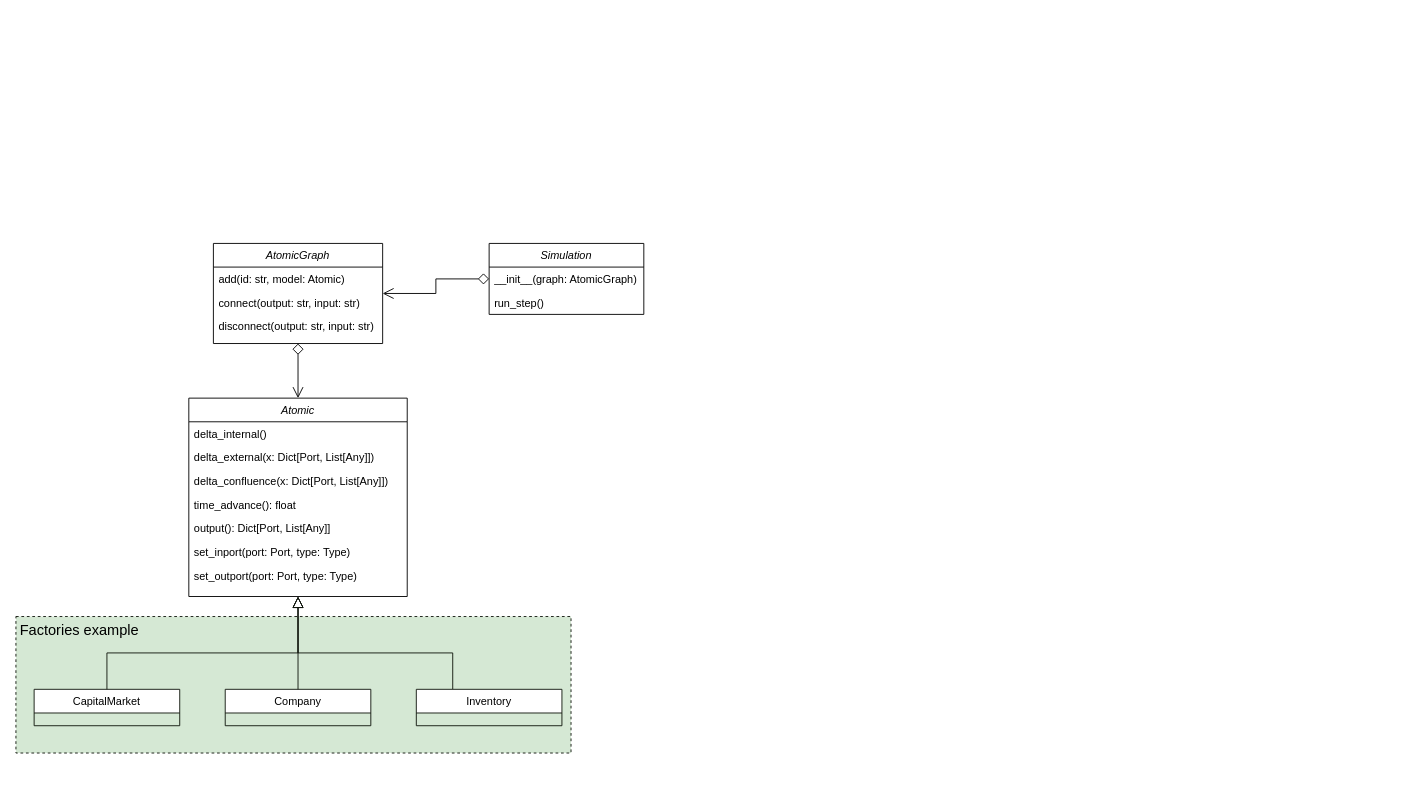
Earlier version of the draw.io diagram design/class diagrams/class diagram.drawio (EmmanuelMess/Multistep-DEVS-Simulator). Source tidied: cells renumbered, new cells numbered last; positions are measured from the earlier drawing's top-left corner, leaving out a move shared by most shapes. Both pictures are drawn from the tidied source at 91%, with x=0, y=0 at pixel (15, 243).
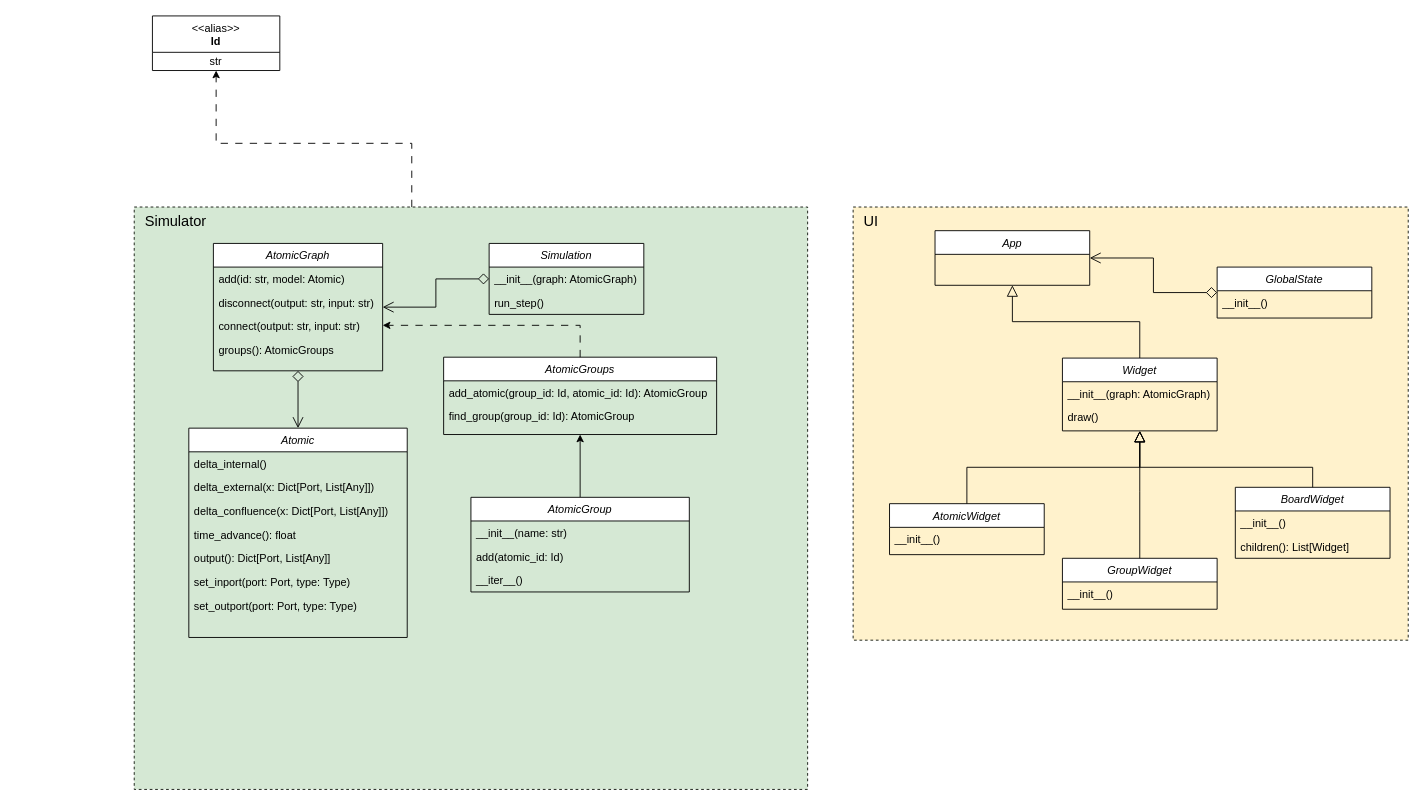
The same page after the edit.

The edit, as a diff of the source:
```diff
@@
+    <mxCell id="27" style="edgeStyle=orthogonalEdgeStyle;rounded=0;jettySize=auto;html=1;dashed=1;dashPattern=8 8;" parent="1" edge="1" source="2" target="54">
+      <mxGeometry relative="1" as="geometry">
+        <Array as="points">
+          <mxPoint x="435" y="-110" />
+          <mxPoint x="220" y="-110" />
+        </Array>
+      </mxGeometry>
+    </mxCell>
     <mxCell id="2" style="rounded=0;whiteSpace=wrap;html=1;fillColor=#d5e8d4;dashed=1;strokeColor=#0F140C;" parent="1" vertex="1">
-      <mxGeometry y="410" width="610" height="150" as="geometry" />
+      <mxGeometry x="130" y="-40" width="740" height="640" as="geometry" />
     </mxCell>
     <mxCell id="3" value="Atomic" style="swimlane;fontStyle=2;align=center;verticalAlign=top;horizontal=1;startSize=26;rounded=0;shadow=0;strokeWidth=1;" parent="1" vertex="1">
-      <mxGeometry x="190" y="170" width="240" height="218" as="geometry" />
+      <mxGeometry x="190" y="203" width="240" height="230" as="geometry" />
     </mxCell>
@@
-    <mxCell id="11" value="CapitalMarket" style="swimlane;fontStyle=0;align=center;verticalAlign=top;horizontal=1;startSize=26;rounded=0;shadow=0;strokeWidth=1;strokeColor=#0F140C;" parent="1" vertex="1">
-      <mxGeometry x="20" y="490" width="160" height="40" as="geometry" />
-    </mxCell>
-    <mxCell id="12" style="endArrow=block;endSize=10;endFill=0;shadow=0;strokeWidth=1;rounded=0;curved=0;edgeStyle=elbowEdgeStyle;elbow=vertical;strokeColor=#0F140C;" parent="1" edge="1" source="11" target="3">
-      <mxGeometry relative="1" as="geometry">
-        <Array as="points">
-          <mxPoint x="310" y="450" />
-        </Array>
-      </mxGeometry>
-    </mxCell>
-    <mxCell id="13" value="Company" style="swimlane;fontStyle=0;align=center;verticalAlign=top;horizontal=1;startSize=26;rounded=0;shadow=0;strokeWidth=1;strokeColor=#0F140C;" parent="1" vertex="1">
-      <mxGeometry x="230" y="490" width="160" height="40" as="geometry" />
-    </mxCell>
-    <mxCell id="14" style="endArrow=block;endSize=10;endFill=0;shadow=0;strokeWidth=1;rounded=0;curved=0;edgeStyle=elbowEdgeStyle;elbow=vertical;strokeColor=#0F140C;" parent="1" edge="1" source="13" target="3">
-      <mxGeometry relative="1" as="geometry" />
-    </mxCell>
-    <mxCell id="15" style="edgeStyle=orthogonalEdgeStyle;rounded=0;jettySize=auto;html=1;entryX=0.5;entryY=1;entryDx=0;entryDy=0;endArrow=block;endFill=0;endSize=10;strokeColor=#0F140C;" parent="1" edge="1" source="16" target="3">
-      <mxGeometry relative="1" as="geometry">
-        <Array as="points">
-          <mxPoint x="480" y="450" />
-          <mxPoint x="310" y="450" />
-        </Array>
-      </mxGeometry>
-    </mxCell>
-    <mxCell id="16" value="Inventory" style="swimlane;fontStyle=0;align=center;verticalAlign=top;horizontal=1;startSize=26;rounded=0;shadow=0;strokeWidth=1;strokeColor=#0F140C;" parent="1" vertex="1">
-      <mxGeometry x="440" y="490" width="160" height="40" as="geometry" />
-    </mxCell>
@@
-    <mxCell id="21" style="edgeStyle=orthogonalEdgeStyle;rounded=0;jettySize=auto;html=1;startArrow=diamond;startFill=0;endSize=10;startSize=10;endArrow=open;endFill=0;entryX=0.5;entryY=0;entryDx=0;entryDy=0;exitX=0.5;exitY=1;exitDx=0;exitDy=0;" parent="1" edge="1" source="22" target="3">
-      <mxGeometry relative="1" as="geometry">
-        <Array as="points">
-          <mxPoint x="310" y="110" />
-        </Array>
-      </mxGeometry>
+    <mxCell id="21" style="edgeStyle=orthogonalEdgeStyle;rounded=0;jettySize=auto;html=1;startArrow=diamond;startFill=0;endSize=10;startSize=10;endArrow=open;endFill=0;entryX=0.5;entryY=0;entryDx=0;entryDy=0;" parent="1" edge="1" source="22" target="3">
+      <mxGeometry relative="1" as="geometry" />
     </mxCell>
     <mxCell id="22" value="AtomicGraph" style="swimlane;fontStyle=2;align=center;verticalAlign=top;horizontal=1;startSize=26;rounded=0;shadow=0;strokeWidth=1;" parent="1" vertex="1">
-      <mxGeometry x="217" width="186" height="110" as="geometry" />
+      <mxGeometry x="217" width="186" height="140" as="geometry" />
     </mxCell>
@@
+    <mxCell id="28" value="disconnect(output: str, input: str)" style="text;align=left;verticalAlign=top;spacingLeft=4;spacingRight=4;overflow=hidden;" parent="22" vertex="1">
+      <mxGeometry y="52" width="186" height="26" as="geometry" />
+    </mxCell>
     <mxCell id="24" value="connect(output: str, input: str)" style="text;align=left;verticalAlign=top;spacingLeft=4;spacingRight=4;overflow=hidden;" parent="22" vertex="1">
-      <mxGeometry y="52" width="186" height="26" as="geometry" />
+      <mxGeometry y="78" width="186" height="26" as="geometry" />
     </mxCell>
-    <mxCell id="25" value="disconnect(output: str, input: str)" style="text;align=left;verticalAlign=top;spacingLeft=4;spacingRight=4;overflow=hidden;" parent="22" vertex="1">
-      <mxGeometry y="78" width="186" height="26" as="geometry" />
+    <mxCell id="25" value="groups(): AtomicGroups" style="text;align=left;verticalAlign=top;spacingLeft=4;spacingRight=4;overflow=hidden;" parent="22" vertex="1">
+      <mxGeometry y="104" width="186" height="26" as="geometry" />
     </mxCell>
-    <mxCell id="26" value="&lt;font style=&quot;font-size: 16px;&quot;&gt;Factories example&lt;/font&gt;" style="text;html=1;align=center;verticalAlign=middle;whiteSpace=wrap;rounded=0;strokeColor=none;" parent="1" vertex="1">
-      <mxGeometry y="410" width="140" height="30" as="geometry" />
+    <mxCell id="26" value="&lt;span style=&quot;font-size: 16px;&quot;&gt;Simulator&lt;/span&gt;" style="text;html=1;align=left;verticalAlign=middle;whiteSpace=wrap;rounded=0;strokeColor=none;" parent="1" vertex="1">
+      <mxGeometry x="140" y="-40" width="140" height="30" as="geometry" />
     </mxCell>
+    <mxCell id="29" style="rounded=0;whiteSpace=wrap;html=1;fillColor=#fff2cc;dashed=1;strokeColor=#0F140C;" parent="1" vertex="1">
+      <mxGeometry x="920" y="-40" width="610" height="476" as="geometry" />
+    </mxCell>
+    <mxCell id="30" value="App" style="swimlane;fontStyle=2;align=center;verticalAlign=top;horizontal=1;startSize=26;rounded=0;shadow=0;strokeWidth=1;" parent="1" vertex="1">
+      <mxGeometry x="1010" y="-14" width="170" height="60" as="geometry" />
+    </mxCell>
+    <mxCell id="31" value="&lt;font style=&quot;font-size: 16px;&quot;&gt;UI&lt;/font&gt;" style="text;html=1;align=left;verticalAlign=middle;whiteSpace=wrap;rounded=0;strokeColor=none;" parent="1" vertex="1">
+      <mxGeometry x="930" y="-40" width="140" height="30" as="geometry" />
+    </mxCell>
+    <mxCell id="32" style="edgeStyle=orthogonalEdgeStyle;rounded=0;jettySize=auto;html=1;endArrow=block;endFill=0;endSize=10;startSize=10;" parent="1" edge="1" source="33" target="30">
+      <mxGeometry relative="1" as="geometry" />
+    </mxCell>
+    <mxCell id="33" value="Widget" style="swimlane;fontStyle=2;align=center;verticalAlign=top;horizontal=1;startSize=26;rounded=0;shadow=0;strokeWidth=1;" parent="1" vertex="1">
+      <mxGeometry x="1150" y="126" width="170" height="80" as="geometry" />
+    </mxCell>
+    <mxCell id="34" value="__init__(graph: AtomicGraph)" style="text;align=left;verticalAlign=top;spacingLeft=4;spacingRight=4;overflow=hidden;" parent="33" vertex="1">
+      <mxGeometry y="26" width="170" height="26" as="geometry" />
+    </mxCell>
+    <mxCell id="35" value="draw()" style="text;align=left;verticalAlign=top;spacingLeft=4;spacingRight=4;overflow=hidden;" parent="33" vertex="1">
+      <mxGeometry y="52" width="170" height="26" as="geometry" />
+    </mxCell>
+    <mxCell id="36" value="AtomicWidget" style="swimlane;fontStyle=2;align=center;verticalAlign=top;horizontal=1;startSize=26;rounded=0;shadow=0;strokeWidth=1;" parent="1" vertex="1">
+      <mxGeometry x="960" y="286" width="170" height="56" as="geometry" />
+    </mxCell>
+    <mxCell id="37" value="__init__()" style="text;align=left;verticalAlign=top;spacingLeft=4;spacingRight=4;overflow=hidden;" parent="36" vertex="1">
+      <mxGeometry y="26" width="170" height="26" as="geometry" />
+    </mxCell>
+    <mxCell id="38" style="edgeStyle=orthogonalEdgeStyle;rounded=0;jettySize=auto;html=1;endArrow=block;endFill=0;endSize=10;startSize=10;exitX=0.5;exitY=0;exitDx=0;exitDy=0;" parent="1" edge="1" source="36" target="33">
+      <mxGeometry relative="1" as="geometry">
+        <Array as="points">
+          <mxPoint x="1045" y="246" />
+          <mxPoint x="1235" y="246" />
+        </Array>
+      </mxGeometry>
+    </mxCell>
+    <mxCell id="39" value="GroupWidget" style="swimlane;fontStyle=2;align=center;verticalAlign=top;horizontal=1;startSize=26;rounded=0;shadow=0;strokeWidth=1;" parent="1" vertex="1">
+      <mxGeometry x="1150" y="346" width="170" height="56" as="geometry" />
+    </mxCell>
+    <mxCell id="40" value="__init__()" style="text;align=left;verticalAlign=top;spacingLeft=4;spacingRight=4;overflow=hidden;" parent="39" vertex="1">
+      <mxGeometry y="26" width="170" height="26" as="geometry" />
+    </mxCell>
+    <mxCell id="41" style="edgeStyle=orthogonalEdgeStyle;rounded=0;jettySize=auto;html=1;endArrow=block;endFill=0;endSize=10;startSize=10;" parent="1" edge="1" source="39" target="33">
+      <mxGeometry relative="1" as="geometry">
+        <Array as="points">
+          <mxPoint x="1235" y="273" />
+          <mxPoint x="1235" y="273" />
+        </Array>
+      </mxGeometry>
+    </mxCell>
+    <mxCell id="42" value="BoardWidget" style="swimlane;fontStyle=2;align=center;verticalAlign=top;horizontal=1;startSize=26;rounded=0;shadow=0;strokeWidth=1;" parent="1" vertex="1">
+      <mxGeometry x="1340" y="268" width="170" height="78" as="geometry" />
+    </mxCell>
+    <mxCell id="43" value="__init__()" style="text;align=left;verticalAlign=top;spacingLeft=4;spacingRight=4;overflow=hidden;" parent="42" vertex="1">
+      <mxGeometry y="26" width="170" height="26" as="geometry" />
+    </mxCell>
+    <mxCell id="44" value="children(): List[Widget]" style="text;align=left;verticalAlign=top;spacingLeft=4;spacingRight=4;overflow=hidden;" parent="42" vertex="1">
+      <mxGeometry y="52" width="170" height="26" as="geometry" />
+    </mxCell>
+    <mxCell id="45" style="edgeStyle=orthogonalEdgeStyle;rounded=0;jettySize=auto;html=1;endArrow=block;endFill=0;endSize=10;startSize=10;exitX=0.5;exitY=0;exitDx=0;exitDy=0;" parent="1" edge="1" source="42" target="33">
+      <mxGeometry relative="1" as="geometry">
+        <Array as="points">
+          <mxPoint x="1425" y="246" />
+          <mxPoint x="1235" y="246" />
+        </Array>
+      </mxGeometry>
+    </mxCell>
+    <mxCell id="46" value="GlobalState" style="swimlane;fontStyle=2;align=center;verticalAlign=top;horizontal=1;startSize=26;rounded=0;shadow=0;strokeWidth=1;" parent="1" vertex="1">
+      <mxGeometry x="1320" y="26" width="170" height="56" as="geometry" />
+    </mxCell>
+    <mxCell id="47" value="__init__()" style="text;align=left;verticalAlign=top;spacingLeft=4;spacingRight=4;overflow=hidden;" parent="46" vertex="1">
+      <mxGeometry y="26" width="170" height="26" as="geometry" />
+    </mxCell>
+    <mxCell id="48" style="edgeStyle=orthogonalEdgeStyle;rounded=0;jettySize=auto;html=1;endSize=10;endArrow=open;endFill=0;startArrow=diamond;startFill=0;startSize=10;" parent="1" edge="1" source="46" target="30">
+      <mxGeometry relative="1" as="geometry" />
+    </mxCell>
+    <mxCell id="49" style="edgeStyle=orthogonalEdgeStyle;rounded=0;jettySize=auto;html=1;" parent="1" edge="1" source="50" target="56">
+      <mxGeometry relative="1" as="geometry" />
+    </mxCell>
+    <mxCell id="50" value="AtomicGroup" style="swimlane;fontStyle=2;align=center;verticalAlign=top;horizontal=1;startSize=26;rounded=0;shadow=0;strokeWidth=1;" parent="1" vertex="1">
+      <mxGeometry x="500" y="279" width="240" height="104" as="geometry" />
+    </mxCell>
+    <mxCell id="51" value="__init__(name: str)" style="text;align=left;verticalAlign=top;spacingLeft=4;spacingRight=4;overflow=hidden;" parent="50" vertex="1">
+      <mxGeometry y="26" width="240" height="26" as="geometry" />
+    </mxCell>
+    <mxCell id="52" value="add(atomic_id: Id)" style="text;align=left;verticalAlign=top;spacingLeft=4;spacingRight=4;overflow=hidden;" parent="50" vertex="1">
+      <mxGeometry y="52" width="240" height="26" as="geometry" />
+    </mxCell>
+    <mxCell id="53" value="__iter__()" style="text;align=left;verticalAlign=top;spacingLeft=4;spacingRight=4;overflow=hidden;" parent="50" vertex="1">
+      <mxGeometry y="78" width="240" height="26" as="geometry" />
+    </mxCell>
+    <mxCell id="54" value="&amp;lt;&amp;lt;alias&amp;gt;&amp;gt;&lt;br&gt;&lt;b&gt;Id&lt;/b&gt;" style="swimlane;fontStyle=0;align=center;verticalAlign=top;horizontal=1;startSize=40;html=1;whiteSpace=wrap;" parent="1" vertex="1">
+      <mxGeometry x="150" y="-250" width="140" height="60" as="geometry" />
+    </mxCell>
+    <mxCell id="55" value="str" style="text;html=1;strokeColor=none;fillColor=none;align=center;verticalAlign=middle;spacingLeft=4;spacingRight=4;overflow=hidden;whiteSpace=wrap;" parent="54" vertex="1">
+      <mxGeometry y="40" width="140" height="20" as="geometry" />
+    </mxCell>
+    <mxCell id="56" value="AtomicGroups" style="swimlane;fontStyle=2;align=center;verticalAlign=top;horizontal=1;startSize=26;rounded=0;shadow=0;strokeWidth=1;" parent="1" vertex="1">
+      <mxGeometry x="470" y="125" width="300" height="85" as="geometry" />
+    </mxCell>
+    <mxCell id="57" value="add_atomic(group_id: Id, atomic_id: Id): AtomicGroup" style="text;align=left;verticalAlign=top;spacingLeft=4;spacingRight=4;overflow=hidden;" parent="56" vertex="1">
+      <mxGeometry y="26" width="300" height="26" as="geometry" />
+    </mxCell>
+    <mxCell id="58" value="find_group(group_id: Id): AtomicGroup" style="text;align=left;verticalAlign=top;spacingLeft=4;spacingRight=4;overflow=hidden;" parent="56" vertex="1">
+      <mxGeometry y="52" width="300" height="26" as="geometry" />
+    </mxCell>
+    <mxCell id="59" style="edgeStyle=orthogonalEdgeStyle;rounded=0;jettySize=auto;html=1;dashed=1;dashPattern=8 8;exitX=0.5;exitY=0;exitDx=0;exitDy=0;" parent="1" edge="1" source="56" target="22">
+      <mxGeometry relative="1" as="geometry">
+        <Array as="points">
+          <mxPoint x="620" y="90" />
+        </Array>
+      </mxGeometry>
+    </mxCell>
```
